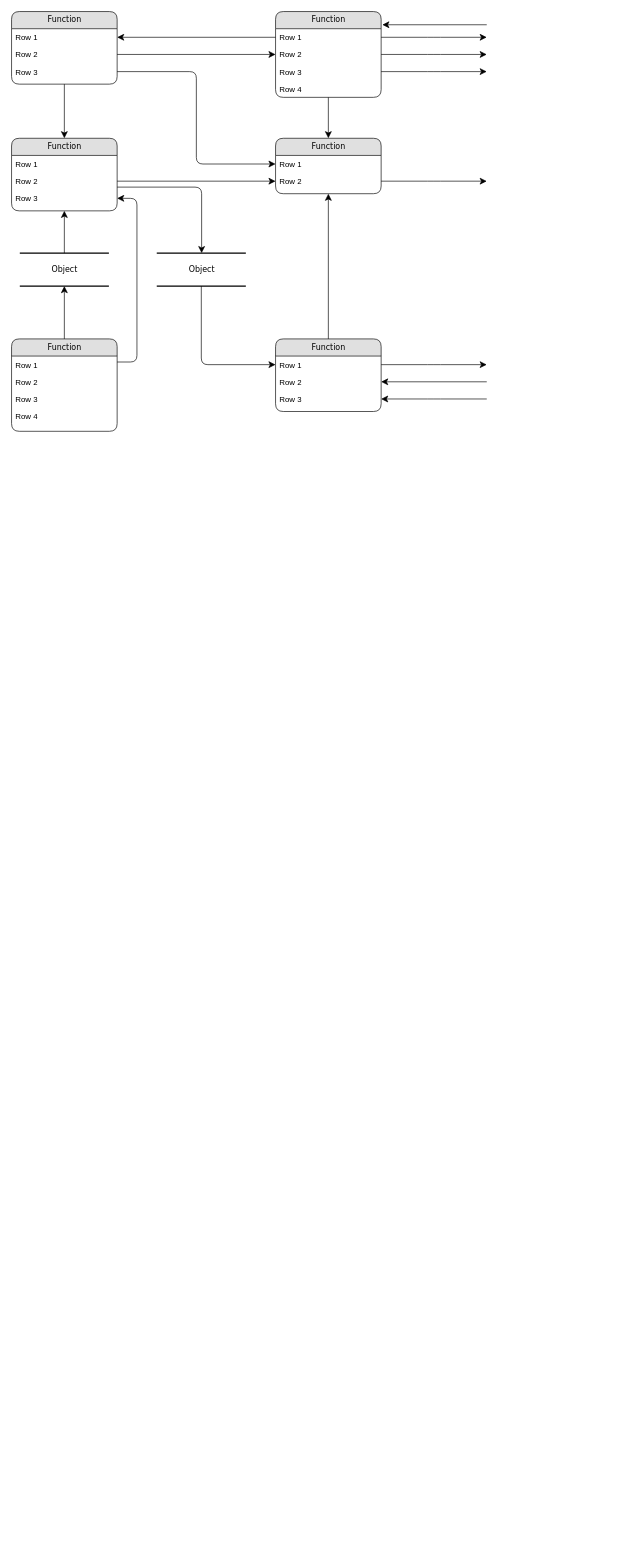
Earlier version of the draw.io diagram 123、.drawio (Wanwan0407/Web-wan). Source tidied: cells renumbered, new cells numbered last; positions are measured from the earlier drawing's top-left corner, leaving out a move shared by most shapes. Both pictures are drawn from the tidied source at 66%, with x=0, y=0 at pixel (11, 11).
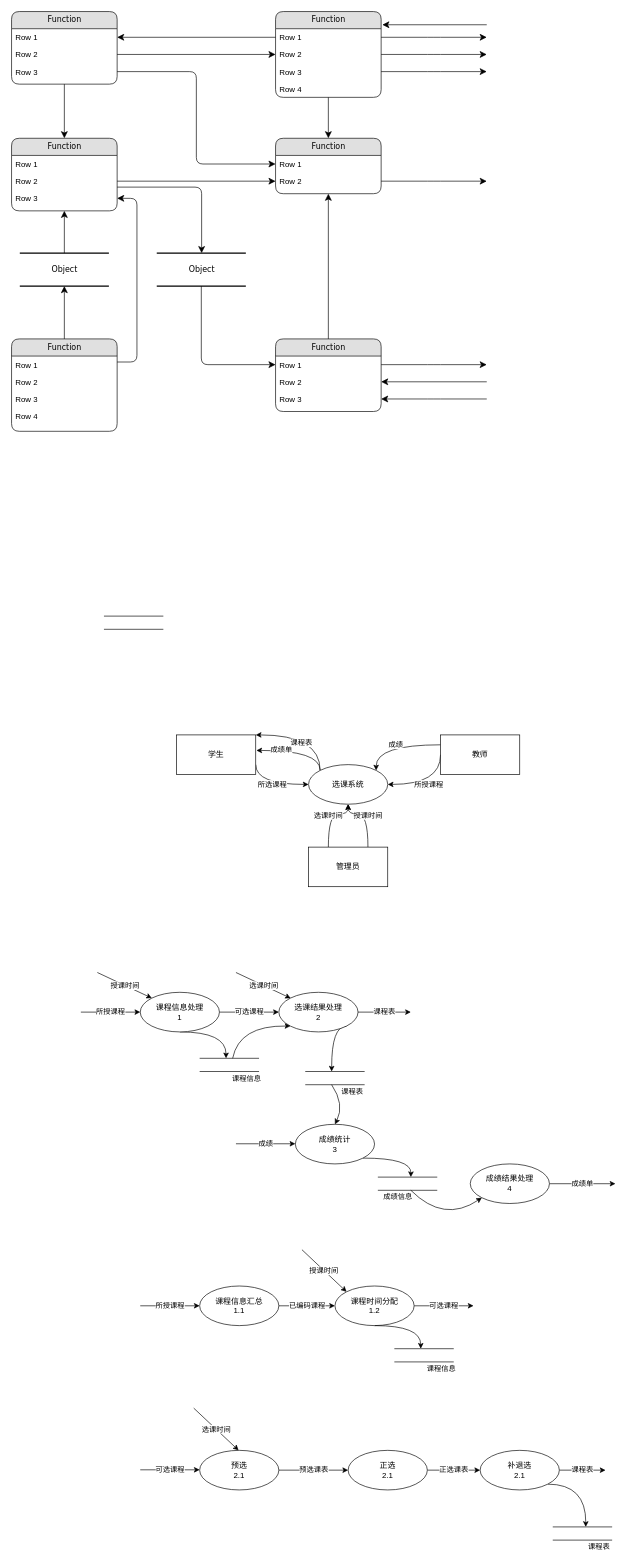
Above is the later version.

The edit, as a diff of the source:
```diff
@@
+    <mxCell id="49" style="edgeStyle=orthogonalEdgeStyle;jettySize=auto;html=1;exitX=0;exitY=0;exitDx=0;exitDy=0;entryX=1.008;entryY=0.392;entryDx=0;entryDy=0;entryPerimeter=0;curved=1;" parent="1" edge="1" source="54" target="56">
+      <mxGeometry relative="1" as="geometry">
+        <Array as="points">
+          <mxPoint x="468" y="1120" />
+        </Array>
+      </mxGeometry>
+    </mxCell>
+    <mxCell id="50" value="成绩单" style="edgeLabel;html=1;align=center;verticalAlign=middle;" parent="49" vertex="1">
+      <mxGeometry x="0.4" y="-1" relative="1" as="geometry" />
+    </mxCell>
+    <mxCell id="51" value="成绩" style="edgeStyle=orthogonalEdgeStyle;jettySize=auto;html=1;exitX=0;exitY=0.25;exitDx=0;exitDy=0;entryX=1;entryY=0;entryDx=0;entryDy=0;curved=1;" parent="1" edge="1" source="61" target="54">
+      <mxGeometry relative="1" as="geometry">
+        <Array as="points">
+          <mxPoint x="552" y="1111" />
+        </Array>
+      </mxGeometry>
+    </mxCell>
+    <mxCell id="52" style="edgeStyle=orthogonalEdgeStyle;jettySize=auto;html=1;exitX=0;exitY=0;exitDx=0;exitDy=0;entryX=1;entryY=0;entryDx=0;entryDy=0;curved=1;" parent="1" edge="1" source="54" target="56">
+      <mxGeometry relative="1" as="geometry">
+        <Array as="points">
+          <mxPoint x="468" y="1096" />
+        </Array>
+      </mxGeometry>
+    </mxCell>
+    <mxCell id="53" value="课程表" style="edgeLabel;html=1;align=center;verticalAlign=middle;" parent="52" vertex="1">
+      <mxGeometry x="0.1" y="11" relative="1" as="geometry" />
+    </mxCell>
+    <mxCell id="54" value="选课系统" style="ellipse;whiteSpace=wrap;html=1;" parent="1" vertex="1">
+      <mxGeometry x="450" y="1141" width="120" height="60" as="geometry" />
+    </mxCell>
+    <mxCell id="55" value="所选课程" style="edgeStyle=orthogonalEdgeStyle;jettySize=auto;html=1;exitX=1;exitY=0.75;exitDx=0;exitDy=0;entryX=0;entryY=0.5;entryDx=0;entryDy=0;curved=1;" parent="1" edge="1" source="56" target="54">
+      <mxGeometry relative="1" as="geometry">
+        <Array as="points">
+          <mxPoint x="370" y="1171" />
+        </Array>
+      </mxGeometry>
+    </mxCell>
+    <mxCell id="56" value="学生" style="rounded=0;whiteSpace=wrap;html=1;" parent="1" vertex="1">
+      <mxGeometry x="250" y="1096" width="120" height="60" as="geometry" />
+    </mxCell>
+    <mxCell id="57" style="group;" parent="1" vertex="1">
+      <mxGeometry x="140" y="916" width="90" height="20" as="geometry" />
+    </mxCell>
+    <mxCell id="58" style="endArrow=none;html=1;rounded=0;" parent="57" edge="1">
+      <mxGeometry relative="1" as="geometry">
+        <mxPoint y="20" as="sourcePoint" />
+        <mxPoint x="90" y="20" as="targetPoint" />
+      </mxGeometry>
+    </mxCell>
+    <mxCell id="59" style="endArrow=none;html=1;rounded=0;" parent="57" edge="1">
+      <mxGeometry relative="1" as="geometry">
+        <mxPoint as="sourcePoint" />
+        <mxPoint x="90" as="targetPoint" />
+      </mxGeometry>
+    </mxCell>
+    <mxCell id="60" value="所授课程" style="edgeStyle=orthogonalEdgeStyle;jettySize=auto;html=1;exitX=0;exitY=0.5;exitDx=0;exitDy=0;entryX=1;entryY=0.5;entryDx=0;entryDy=0;curved=1;" parent="1" edge="1" source="61" target="54">
+      <mxGeometry relative="1" as="geometry">
+        <Array as="points">
+          <mxPoint x="650" y="1171" />
+        </Array>
+      </mxGeometry>
+    </mxCell>
+    <mxCell id="61" value="教师" style="rounded=0;whiteSpace=wrap;html=1;" parent="1" vertex="1">
+      <mxGeometry x="650" y="1096" width="120" height="60" as="geometry" />
+    </mxCell>
+    <mxCell id="62" value="选课时间" style="edgeStyle=orthogonalEdgeStyle;jettySize=auto;html=1;exitX=0.25;exitY=0;exitDx=0;exitDy=0;entryX=0.5;entryY=1;entryDx=0;entryDy=0;curved=1;" parent="1" edge="1" source="64" target="54">
+      <mxGeometry relative="1" as="geometry">
+        <Array as="points">
+          <mxPoint x="480" y="1216" />
+          <mxPoint x="510" y="1216" />
+        </Array>
+      </mxGeometry>
+    </mxCell>
+    <mxCell id="63" value="授课时间" style="edgeStyle=orthogonalEdgeStyle;jettySize=auto;html=1;exitX=0.75;exitY=0;exitDx=0;exitDy=0;curved=1;entryX=0.5;entryY=1;entryDx=0;entryDy=0;" parent="1" edge="1" source="64" target="54">
+      <mxGeometry relative="1" as="geometry">
+        <Array as="points">
+          <mxPoint x="540" y="1216" />
+          <mxPoint x="510" y="1216" />
+        </Array>
+      </mxGeometry>
+    </mxCell>
+    <mxCell id="64" value="管理员" style="rounded=0;whiteSpace=wrap;html=1;" parent="1" vertex="1">
+      <mxGeometry x="450" y="1266" width="120" height="60" as="geometry" />
+    </mxCell>
+    <mxCell id="65" value="可选课程" style="edgeStyle=orthogonalEdgeStyle;rounded=0;jettySize=auto;html=1;exitX=1;exitY=0.5;exitDx=0;exitDy=0;entryX=0;entryY=0.5;entryDx=0;entryDy=0;" parent="1" edge="1" source="67" target="70">
+      <mxGeometry relative="1" as="geometry" />
+    </mxCell>
+    <mxCell id="66" style="edgeStyle=orthogonalEdgeStyle;jettySize=auto;html=1;exitX=0.5;exitY=1;exitDx=0;exitDy=0;curved=1;" parent="1" edge="1" source="67">
+      <mxGeometry relative="1" as="geometry">
+        <mxPoint x="325" y="1586" as="targetPoint" />
+        <Array as="points">
+          <mxPoint x="325" y="1546" />
+        </Array>
+      </mxGeometry>
+    </mxCell>
+    <mxCell id="67" value="课程信息处理&lt;br&gt;1" style="ellipse;whiteSpace=wrap;html=1;" parent="1" vertex="1">
+      <mxGeometry x="195" y="1486" width="120" height="60" as="geometry" />
+    </mxCell>
+    <mxCell id="68" value="课程表" style="edgeStyle=orthogonalEdgeStyle;rounded=0;jettySize=auto;html=1;exitX=1;exitY=0.5;exitDx=0;exitDy=0;" parent="1" edge="1" source="70">
+      <mxGeometry relative="1" as="geometry">
+        <mxPoint x="605" y="1516" as="targetPoint" />
+      </mxGeometry>
+    </mxCell>
+    <mxCell id="69" style="edgeStyle=orthogonalEdgeStyle;jettySize=auto;html=1;exitX=1;exitY=1;exitDx=0;exitDy=0;curved=1;" parent="1" edge="1" source="70">
+      <mxGeometry relative="1" as="geometry">
+        <mxPoint x="485" y="1606" as="targetPoint" />
+        <Array as="points">
+          <mxPoint x="485" y="1537" />
+        </Array>
+      </mxGeometry>
+    </mxCell>
+    <mxCell id="70" value="选课结果处理&lt;br&gt;2" style="ellipse;whiteSpace=wrap;html=1;" parent="1" vertex="1">
+      <mxGeometry x="405" y="1486" width="120" height="60" as="geometry" />
+    </mxCell>
+    <mxCell id="71" style="edgeStyle=orthogonalEdgeStyle;jettySize=auto;html=1;exitX=1;exitY=1;exitDx=0;exitDy=0;curved=1;" parent="1" edge="1" source="72">
+      <mxGeometry relative="1" as="geometry">
+        <mxPoint x="605" y="1766" as="targetPoint" />
+      </mxGeometry>
+    </mxCell>
+    <mxCell id="72" value="成绩统计&lt;br&gt;3" style="ellipse;whiteSpace=wrap;html=1;" parent="1" vertex="1">
+      <mxGeometry x="430" y="1686" width="120" height="60" as="geometry" />
+    </mxCell>
+    <mxCell id="73" value="成绩单" style="edgeStyle=orthogonalEdgeStyle;rounded=0;jettySize=auto;html=1;exitX=1;exitY=0.5;exitDx=0;exitDy=0;" parent="1" edge="1" source="74">
+      <mxGeometry relative="1" as="geometry">
+        <mxPoint x="915" y="1776" as="targetPoint" />
+      </mxGeometry>
+    </mxCell>
+    <mxCell id="74" value="成绩结果处理&lt;br&gt;4" style="ellipse;whiteSpace=wrap;html=1;" parent="1" vertex="1">
+      <mxGeometry x="695" y="1746" width="120" height="60" as="geometry" />
+    </mxCell>
+    <mxCell id="75" value="所授课程" style="endArrow=classic;html=1;rounded=0;entryX=0;entryY=0.5;entryDx=0;entryDy=0;" parent="1" edge="1" target="67">
+      <mxGeometry relative="1" as="geometry">
+        <mxPoint x="105" y="1516" as="sourcePoint" />
+      </mxGeometry>
+    </mxCell>
+    <mxCell id="76" style="group;" parent="1" vertex="1">
+      <mxGeometry x="285" y="1586" width="90" height="20" as="geometry" />
+    </mxCell>
+    <mxCell id="77" style="endArrow=none;html=1;rounded=0;" parent="76" edge="1">
+      <mxGeometry relative="1" as="geometry">
+        <mxPoint y="20" as="sourcePoint" />
+        <mxPoint x="90" y="20" as="targetPoint" />
+      </mxGeometry>
+    </mxCell>
+    <mxCell id="78" value="课程信息" style="edgeLabel;html=1;align=center;verticalAlign=middle;" parent="77" vertex="1">
+      <mxGeometry x="0.33" y="3" relative="1" as="geometry">
+        <mxPoint x="10" y="13" as="offset" />
+      </mxGeometry>
+    </mxCell>
+    <mxCell id="79" style="endArrow=none;html=1;rounded=0;" parent="76" edge="1">
+      <mxGeometry relative="1" as="geometry">
+        <mxPoint as="sourcePoint" />
+        <mxPoint x="90" as="targetPoint" />
+      </mxGeometry>
+    </mxCell>
+    <mxCell id="80" style="group;" parent="1" vertex="1">
+      <mxGeometry x="555" y="1766" width="90" height="20" as="geometry" />
+    </mxCell>
+    <mxCell id="81" value="成绩信息" style="endArrow=none;html=1;rounded=0;" parent="80" edge="1">
+      <mxGeometry x="-0.33" y="-10" relative="1" as="geometry">
+        <mxPoint y="20" as="sourcePoint" />
+        <mxPoint x="90" y="20" as="targetPoint" />
+      </mxGeometry>
+    </mxCell>
+    <mxCell id="82" style="endArrow=none;html=1;rounded=0;" parent="80" edge="1">
+      <mxGeometry relative="1" as="geometry">
+        <mxPoint as="sourcePoint" />
+        <mxPoint x="90" as="targetPoint" />
+      </mxGeometry>
+    </mxCell>
+    <mxCell id="83" style="curved=1;endArrow=classic;html=1;rounded=0;entryX=0;entryY=1;entryDx=0;entryDy=0;" parent="1" edge="1" target="70">
+      <mxGeometry relative="1" as="geometry">
+        <mxPoint x="335" y="1586" as="sourcePoint" />
+        <Array as="points">
+          <mxPoint x="345" y="1536" />
+        </Array>
+      </mxGeometry>
+    </mxCell>
+    <mxCell id="84" style="group;" parent="1" vertex="1">
+      <mxGeometry x="445" y="1606" width="90" height="20" as="geometry" />
+    </mxCell>
+    <mxCell id="85" style="endArrow=none;html=1;rounded=0;" parent="84" edge="1">
+      <mxGeometry relative="1" as="geometry">
+        <mxPoint y="20" as="sourcePoint" />
+        <mxPoint x="90" y="20" as="targetPoint" />
+      </mxGeometry>
+    </mxCell>
+    <mxCell id="86" value="课程表" style="edgeLabel;html=1;align=center;verticalAlign=middle;" parent="85" vertex="1">
+      <mxGeometry x="0.76" y="2" relative="1" as="geometry">
+        <mxPoint x="-9" y="12" as="offset" />
+      </mxGeometry>
+    </mxCell>
+    <mxCell id="87" style="endArrow=none;html=1;rounded=0;" parent="84" edge="1">
+      <mxGeometry relative="1" as="geometry">
+        <mxPoint as="sourcePoint" />
+        <mxPoint x="90" as="targetPoint" />
+      </mxGeometry>
+    </mxCell>
+    <mxCell id="88" value="成绩" style="endArrow=classic;html=1;rounded=0;entryX=0;entryY=0.5;entryDx=0;entryDy=0;" parent="1" edge="1">
+      <mxGeometry relative="1" as="geometry">
+        <mxPoint x="340" y="1715.5" as="sourcePoint" />
+        <mxPoint x="430" y="1715.5" as="targetPoint" />
+        <Array as="points">
+          <mxPoint x="390" y="1715.5" />
+        </Array>
+      </mxGeometry>
+    </mxCell>
+    <mxCell id="89" style="curved=1;endArrow=classic;html=1;rounded=0;entryX=0.5;entryY=0;entryDx=0;entryDy=0;" parent="1" edge="1" target="72">
+      <mxGeometry relative="1" as="geometry">
+        <mxPoint x="485" y="1626" as="sourcePoint" />
+        <Array as="points">
+          <mxPoint x="505" y="1656" />
+        </Array>
+      </mxGeometry>
+    </mxCell>
+    <mxCell id="90" style="curved=1;endArrow=classic;html=1;rounded=0;entryX=0;entryY=1;entryDx=0;entryDy=0;" parent="1" edge="1" target="74">
+      <mxGeometry relative="1" as="geometry">
+        <mxPoint x="605" y="1786" as="sourcePoint" />
+        <Array as="points">
+          <mxPoint x="655" y="1836" />
+        </Array>
+      </mxGeometry>
+    </mxCell>
+    <mxCell id="91" value="已编码课程" style="edgeStyle=orthogonalEdgeStyle;rounded=0;jettySize=auto;html=1;exitX=1;exitY=0.5;exitDx=0;exitDy=0;" parent="1" edge="1" source="92" target="94">
+      <mxGeometry relative="1" as="geometry" />
+    </mxCell>
+    <mxCell id="92" value="课程信息汇总&lt;br&gt;1.1" style="ellipse;whiteSpace=wrap;html=1;" parent="1" vertex="1">
+      <mxGeometry x="285" y="1931" width="120" height="60" as="geometry" />
+    </mxCell>
+    <mxCell id="93" value="可选课程" style="edgeStyle=orthogonalEdgeStyle;rounded=0;jettySize=auto;html=1;exitX=1;exitY=0.5;exitDx=0;exitDy=0;" parent="1" edge="1" source="94">
+      <mxGeometry relative="1" as="geometry">
+        <mxPoint x="700" y="1961" as="targetPoint" />
+      </mxGeometry>
+    </mxCell>
+    <mxCell id="94" value="课程时间分配&lt;br&gt;1.2" style="ellipse;whiteSpace=wrap;html=1;" parent="1" vertex="1">
+      <mxGeometry x="490" y="1931" width="120" height="60" as="geometry" />
+    </mxCell>
+    <mxCell id="95" value="授课时间" style="endArrow=classic;html=1;rounded=0;entryX=0;entryY=0;entryDx=0;entryDy=0;" parent="1" edge="1" target="67">
+      <mxGeometry relative="1" as="geometry">
+        <mxPoint x="130" y="1456" as="sourcePoint" />
+      </mxGeometry>
+    </mxCell>
+    <mxCell id="96" value="选课时间" style="endArrow=classic;html=1;rounded=0;entryX=0;entryY=0;entryDx=0;entryDy=0;" parent="1" edge="1">
+      <mxGeometry relative="1" as="geometry">
+        <mxPoint x="340" y="1456" as="sourcePoint" />
+        <mxPoint x="423" y="1495" as="targetPoint" />
+      </mxGeometry>
+    </mxCell>
+    <mxCell id="97" value="所授课程" style="endArrow=classic;html=1;rounded=0;entryX=0;entryY=0.5;entryDx=0;entryDy=0;" parent="1" edge="1">
+      <mxGeometry relative="1" as="geometry">
+        <mxPoint x="195" y="1961" as="sourcePoint" />
+        <mxPoint x="285" y="1961" as="targetPoint" />
+      </mxGeometry>
+    </mxCell>
+    <mxCell id="98" value="授课时间" style="endArrow=classic;html=1;rounded=0;entryX=0;entryY=0;entryDx=0;entryDy=0;" parent="1" edge="1" target="94">
+      <mxGeometry relative="1" as="geometry">
+        <mxPoint x="440" y="1876" as="sourcePoint" />
+      </mxGeometry>
+    </mxCell>
+    <mxCell id="99" style="group;" parent="1" vertex="1">
+      <mxGeometry x="580" y="2026" width="90" height="20" as="geometry" />
+    </mxCell>
+    <mxCell id="100" style="endArrow=none;html=1;rounded=0;" parent="99" edge="1">
+      <mxGeometry relative="1" as="geometry">
+        <mxPoint y="20" as="sourcePoint" />
+        <mxPoint x="90" y="20" as="targetPoint" />
+      </mxGeometry>
+    </mxCell>
+    <mxCell id="101" value="课程信息" style="edgeLabel;html=1;align=center;verticalAlign=middle;" parent="100" vertex="1">
+      <mxGeometry x="0.33" y="3" relative="1" as="geometry">
+        <mxPoint x="10" y="13" as="offset" />
+      </mxGeometry>
+    </mxCell>
+    <mxCell id="102" style="endArrow=none;html=1;rounded=0;" parent="99" edge="1">
+      <mxGeometry relative="1" as="geometry">
+        <mxPoint as="sourcePoint" />
+        <mxPoint x="90" as="targetPoint" />
+      </mxGeometry>
+    </mxCell>
+    <mxCell id="103" style="edgeStyle=orthogonalEdgeStyle;jettySize=auto;html=1;exitX=0.5;exitY=1;exitDx=0;exitDy=0;curved=1;" parent="1" edge="1" source="94">
+      <mxGeometry relative="1" as="geometry">
+        <mxPoint x="620" y="2026" as="targetPoint" />
+        <Array as="points">
+          <mxPoint x="620" y="1991" />
+        </Array>
+      </mxGeometry>
+    </mxCell>
+    <mxCell id="104" value="预选课表" style="edgeStyle=orthogonalEdgeStyle;rounded=0;jettySize=auto;html=1;exitX=1;exitY=0.5;exitDx=0;exitDy=0;entryX=0;entryY=0.5;entryDx=0;entryDy=0;" parent="1" edge="1" source="105" target="108">
+      <mxGeometry relative="1" as="geometry" />
+    </mxCell>
+    <mxCell id="105" value="预选&lt;br&gt;2.1" style="ellipse;whiteSpace=wrap;html=1;" parent="1" vertex="1">
+      <mxGeometry x="285" y="2180" width="120" height="60" as="geometry" />
+    </mxCell>
+    <mxCell id="106" value="可选课程" style="edgeStyle=orthogonalEdgeStyle;rounded=0;orthogonalLoop=1;jettySize=auto;html=1;exitX=1;exitY=0.5;exitDx=0;exitDy=0;entryX=0;entryY=0.5;entryDx=0;entryDy=0;" parent="1" edge="1">
+      <mxGeometry relative="1" as="geometry">
+        <mxPoint x="195" y="2209.5" as="sourcePoint" />
+        <mxPoint x="285" y="2209.5" as="targetPoint" />
+      </mxGeometry>
+    </mxCell>
+    <mxCell id="107" value="正选课表" style="edgeStyle=orthogonalEdgeStyle;rounded=0;jettySize=auto;html=1;exitX=1;exitY=0.5;exitDx=0;exitDy=0;" parent="1" edge="1" source="108" target="111">
+      <mxGeometry relative="1" as="geometry" />
+    </mxCell>
+    <mxCell id="108" value="正选&lt;br&gt;2.1" style="ellipse;whiteSpace=wrap;html=1;" parent="1" vertex="1">
+      <mxGeometry x="510" y="2180" width="120" height="60" as="geometry" />
+    </mxCell>
+    <mxCell id="109" value="课程表" style="edgeStyle=orthogonalEdgeStyle;rounded=0;jettySize=auto;html=1;exitX=1;exitY=0.5;exitDx=0;exitDy=0;" parent="1" edge="1" source="111">
+      <mxGeometry relative="1" as="geometry">
+        <mxPoint x="900" y="2210" as="targetPoint" />
+      </mxGeometry>
+    </mxCell>
+    <mxCell id="110" style="edgeStyle=orthogonalEdgeStyle;jettySize=auto;html=1;exitX=1;exitY=1;exitDx=0;exitDy=0;curved=1;" parent="1" edge="1" source="111">
+      <mxGeometry relative="1" as="geometry">
+        <mxPoint x="870" y="2296" as="targetPoint" />
+      </mxGeometry>
+    </mxCell>
+    <mxCell id="111" value="补退选&lt;br&gt;2.1" style="ellipse;whiteSpace=wrap;html=1;" parent="1" vertex="1">
+      <mxGeometry x="710" y="2180" width="120" height="60" as="geometry" />
+    </mxCell>
+    <mxCell id="112" value="选课时间" style="endArrow=classic;html=1;rounded=0;entryX=0;entryY=0;entryDx=0;entryDy=0;" parent="1" edge="1">
+      <mxGeometry relative="1" as="geometry">
+        <mxPoint x="276" y="2116" as="sourcePoint" />
+        <mxPoint x="344" y="2180" as="targetPoint" />
+      </mxGeometry>
+    </mxCell>
+    <mxCell id="113" style="group;" parent="1" vertex="1">
+      <mxGeometry x="820" y="2296" width="90" height="20" as="geometry" />
+    </mxCell>
+    <mxCell id="114" value="课程表" style="endArrow=none;html=1;rounded=0;" parent="113" edge="1">
+      <mxGeometry x="0.56" y="-10" relative="1" as="geometry">
+        <mxPoint y="20" as="sourcePoint" />
+        <mxPoint x="90" y="20" as="targetPoint" />
+      </mxGeometry>
+    </mxCell>
+    <mxCell id="115" style="endArrow=none;html=1;rounded=0;" parent="113" edge="1">
+      <mxGeometry relative="1" as="geometry">
+        <mxPoint as="sourcePoint" />
+        <mxPoint x="90" as="targetPoint" />
+      </mxGeometry>
+    </mxCell>
```
